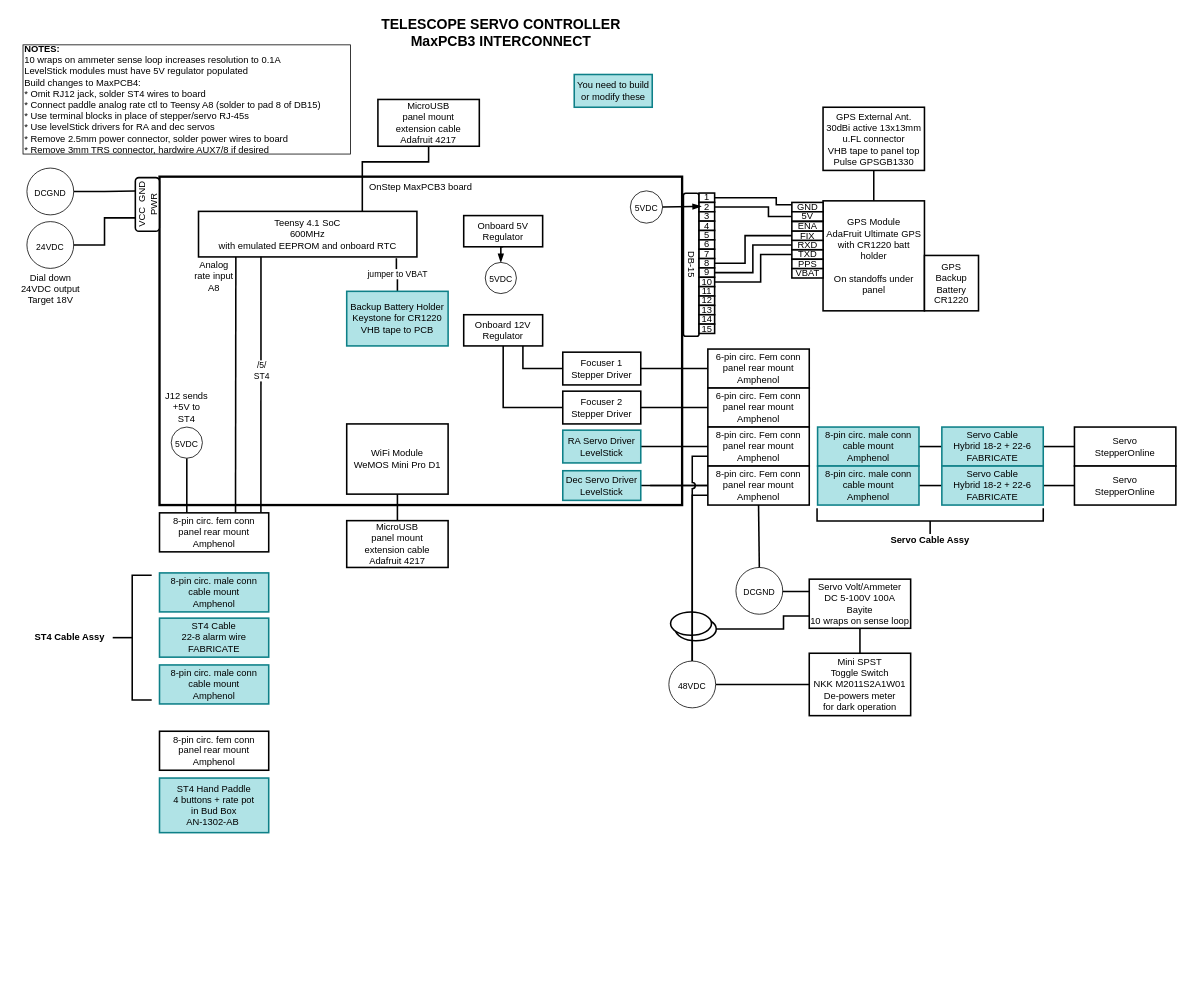
The draw.io diagram servo_controller/design_docs/servobox_maxpcb3_block.drawio in dbcook/cave-servo, before the edit. Source tidied: cells renumbered, new cells numbered last; positions are measured from the earlier drawing's top-left corner, leaving out a move shared by most shapes. Both pictures are drawn from the tidied source at 78%, with x=0, y=0 at pixel (12, 21).
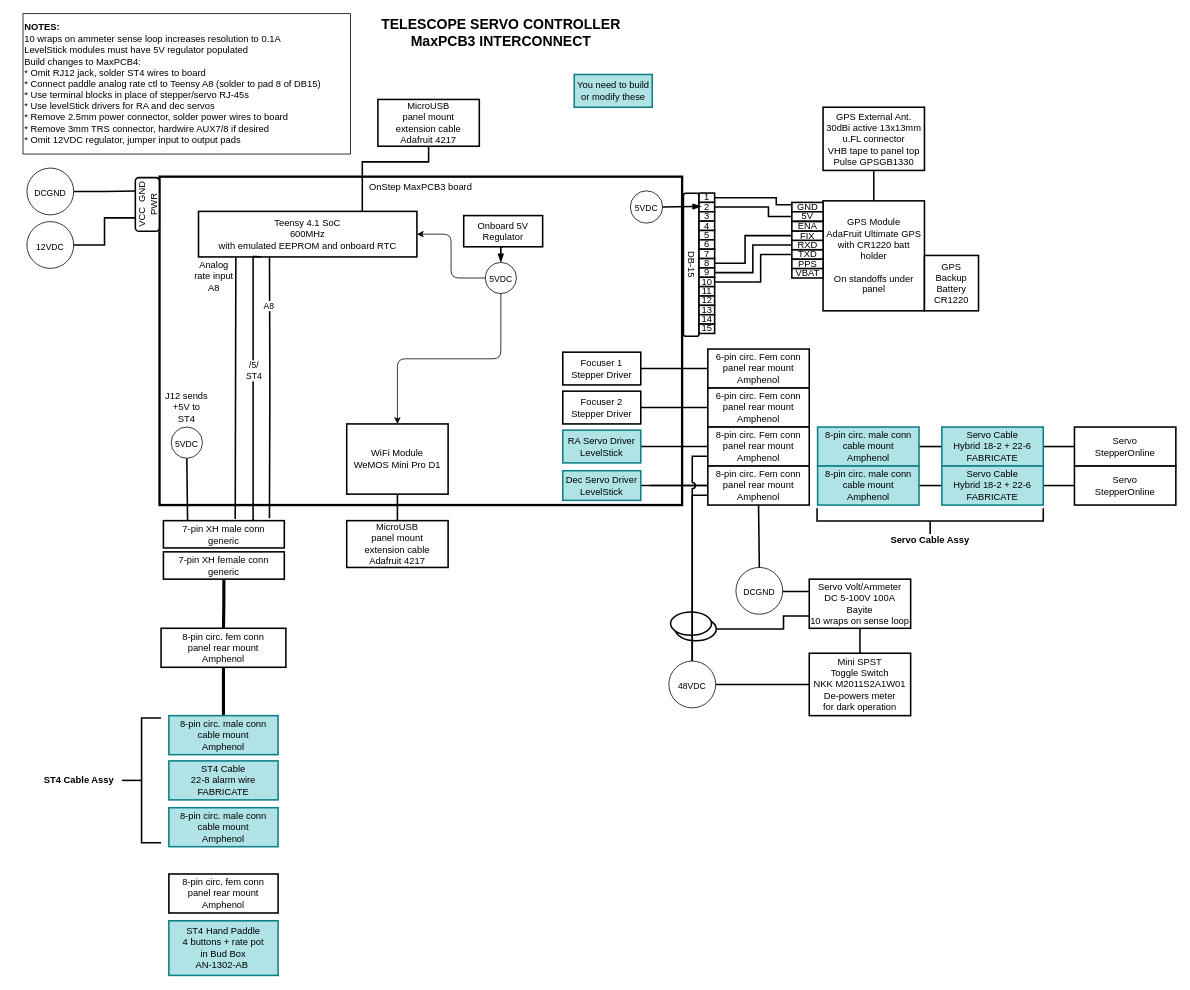
Above is the later version.

Commit message:
update block diagram

Unchanged cells that the change refers to:
```xml
<mxCell id="17" value="WiFi Module&lt;br style=&quot;border-color: var(--border-color);&quot;&gt;WeMOS Mini Pro D1" style="rounded=0;whiteSpace=wrap;html=1;strokeWidth=2;rotation=0;" parent="1" vertex="1">
  <mxGeometry x="428" y="516" width="130" height="90" as="geometry" />
</mxCell>
<mxCell id="50" value="Teensy 4.1 SoC&lt;br&gt;600MHz&lt;br&gt;with emulated EEPROM and onboard RTC" style="rounded=0;whiteSpace=wrap;html=1;strokeWidth=2;rotation=0;" parent="1" vertex="1">
  <mxGeometry x="238" y="243.5" width="280" height="58.4" as="geometry" />
</mxCell>
<mxCell id="59" value="Focuser 1&lt;br&gt;Stepper Driver" style="rounded=0;whiteSpace=wrap;html=1;strokeWidth=2;rotation=0;" parent="1" vertex="1">
  <mxGeometry x="705" y="424" width="100" height="42" as="geometry" />
</mxCell>
<mxCell id="73" value="Focuser 2&lt;br&gt;Stepper Driver" style="rounded=0;whiteSpace=wrap;html=1;strokeWidth=2;rotation=0;" parent="1" vertex="1">
  <mxGeometry x="705" y="474" width="100" height="42" as="geometry" />
</mxCell>
<mxCell id="76" value="&lt;font style=&quot;font-size: 11px;&quot;&gt;5VDC&lt;/font&gt;" style="ellipse;whiteSpace=wrap;html=1;fontFamily=Helvetica;fontSize=18;fontColor=default;" parent="1" vertex="1">
  <mxGeometry x="605.6" y="308.9" width="40" height="40" as="geometry" />
</mxCell>
<mxCell id="81" value="&lt;font style=&quot;font-size: 11px;&quot;&gt;5VDC&lt;/font&gt;" style="ellipse;whiteSpace=wrap;html=1;fontFamily=Helvetica;fontSize=18;fontColor=default;" parent="1" vertex="1">
  <mxGeometry x="203" y="520" width="40" height="40" as="geometry" />
</mxCell>
```

The edit, as a diff of the source:
```diff
@@
-    <mxCell id="7" value="&lt;font style=&quot;font-size: 11px;&quot;&gt;24VDC&lt;/font&gt;" style="ellipse;whiteSpace=wrap;html=1;fontFamily=Helvetica;fontSize=18;fontColor=default;" parent="1" vertex="1">
+    <mxCell id="7" value="&lt;font style=&quot;font-size: 11px;&quot;&gt;12VDC&lt;/font&gt;" style="ellipse;whiteSpace=wrap;html=1;fontFamily=Helvetica;fontSize=18;fontColor=default;" parent="1" vertex="1">
       <mxGeometry x="18" y="256.6" width="60" height="60" as="geometry" />
     </mxCell>
@@
-    <mxCell id="9" value="&lt;b&gt;NOTES:&lt;/b&gt;&lt;br&gt;10 wraps on ammeter sense loop increases resolution to 0.1A&lt;br&gt;LevelStick modules must have 5V regulator populated&lt;br&gt;Build changes to MaxPCB4:&lt;br&gt;* Omit RJ12 jack, solder ST4 wires to board&lt;br&gt;* Connect paddle analog rate ctl to Teensy A8 (solder to pad 8 of DB15)&lt;br&gt;* Use terminal blocks in place of stepper/servo RJ-45s&lt;br&gt;* Use levelStick drivers for RA and dec servos&lt;br&gt;* Remove 2.5mm power connector, solder power wires to board&lt;br&gt;* Remove 3mm TRS connector, hardwire AUX7/8 if desired" style="text;html=1;strokeColor=default;fillColor=none;align=left;verticalAlign=middle;whiteSpace=wrap;rounded=0;perimeterSpacing=1;" parent="1" vertex="1">
-      <mxGeometry x="13" y="30" width="420" height="140" as="geometry" />
+    <mxCell id="9" value="&lt;b&gt;NOTES:&lt;/b&gt;&lt;br&gt;10 wraps on ammeter sense loop increases resolution to 0.1A&lt;br&gt;LevelStick modules must have 5V regulator populated&lt;br&gt;Build changes to MaxPCB4:&lt;br&gt;* Omit RJ12 jack, solder ST4 wires to board&lt;br&gt;* Connect paddle analog rate ctl to Teensy A8 (solder to pad 8 of DB15)&lt;br&gt;* Use terminal blocks in place of stepper/servo RJ-45s&lt;br&gt;* Use levelStick drivers for RA and dec servos&lt;br&gt;* Remove 2.5mm power connector, solder power wires to board&lt;br&gt;* Remove 3mm TRS connector, hardwire AUX7/8 if desired&lt;br&gt;* Omit 12VDC regulator, jumper input to output pads" style="text;html=1;strokeColor=default;fillColor=none;align=left;verticalAlign=middle;whiteSpace=wrap;rounded=0;perimeterSpacing=1;" parent="1" vertex="1">
+      <mxGeometry x="13" y="-10" width="420" height="180" as="geometry" />
     </mxCell>
@@
     <mxCell id="12" value="ST4 Hand Paddle&lt;br&gt;4 buttons + rate pot&lt;br&gt;in Bud Box&lt;br&gt;AN-1302-AB&amp;nbsp;" style="rounded=0;whiteSpace=wrap;html=1;strokeWidth=2;rotation=0;fillColor=#b0e3e6;strokeColor=#0e8088;" parent="1" vertex="1">
-      <mxGeometry x="188" y="970" width="140" height="70" as="geometry" />
+      <mxGeometry x="200" y="1153" width="140" height="70" as="geometry" />
     </mxCell>
+    <mxCell id="114" style="edgeStyle=orthogonalEdgeStyle;html=1;exitX=0.5;exitY=1;exitDx=0;exitDy=0;entryX=0.5;entryY=0;entryDx=0;entryDy=0;strokeWidth=4;endArrow=none;endFill=0;" parent="1" edge="1" source="13" target="14">
+      <mxGeometry relative="1" as="geometry" />
+    </mxCell>
     <mxCell id="13" value="8-pin circ. fem conn&lt;br&gt;panel rear mount&lt;br&gt;Amphenol" style="rounded=0;whiteSpace=wrap;html=1;strokeWidth=2;rotation=0;" parent="1" vertex="1">
-      <mxGeometry x="188" y="630" width="140" height="50" as="geometry" />
+      <mxGeometry x="190" y="778" width="160" height="50" as="geometry" />
     </mxCell>
     <mxCell id="14" value="8-pin circ. male conn&lt;br&gt;cable mount&lt;br&gt;Amphenol" style="rounded=0;whiteSpace=wrap;html=1;strokeWidth=2;rotation=0;fillColor=#b0e3e6;strokeColor=#0e8088;" parent="1" vertex="1">
-      <mxGeometry x="188" y="707" width="140" height="50" as="geometry" />
+      <mxGeometry x="200" y="890" width="140" height="50" as="geometry" />
     </mxCell>
@@
+    <mxCell id="115" style="edgeStyle=orthogonalEdgeStyle;html=1;entryX=0.877;entryY=-0.086;entryDx=0;entryDy=0;entryPerimeter=0;endArrow=none;endFill=0;strokeWidth=2;" parent="1" edge="1" target="119">
+      <mxGeometry relative="1" as="geometry">
+        <mxPoint x="329" y="300" as="sourcePoint" />
+      </mxGeometry>
+    </mxCell>
+    <mxCell id="116" value="A8" style="edgeLabel;html=1;align=center;verticalAlign=middle;" parent="115" vertex="1">
+      <mxGeometry x="0.14" relative="1" as="geometry">
+        <mxPoint x="-1" y="-127" as="offset" />
+      </mxGeometry>
+    </mxCell>
@@
-    <mxCell id="51" value="jumper to VBAT" style="edgeStyle=orthogonalEdgeStyle;rounded=0;jumpStyle=arc;jettySize=auto;html=1;exitX=0.5;exitY=0;exitDx=0;exitDy=0;entryX=0.906;entryY=1.029;entryDx=0;entryDy=0;strokeWidth=2;endArrow=none;endFill=0;entryPerimeter=0;" parent="1" edge="1" source="52" target="50">
-      <mxGeometry relative="1" as="geometry" />
-    </mxCell>
-    <mxCell id="52" value="Backup Battery Holder&lt;br&gt;Keystone for CR1220&lt;br&gt;VHB tape to PCB" style="rounded=0;whiteSpace=wrap;html=1;strokeWidth=2;rotation=0;fillColor=#b0e3e6;strokeColor=#0e8088;" parent="1" vertex="1">
-      <mxGeometry x="428" y="346" width="130" height="70" as="geometry" />
-    </mxCell>
@@
     <mxCell id="64" value="8-pin circ. fem conn&lt;br&gt;panel rear mount&lt;br&gt;Amphenol" style="rounded=0;whiteSpace=wrap;html=1;strokeWidth=2;rotation=0;" parent="1" vertex="1">
-      <mxGeometry x="188" y="910" width="140" height="50" as="geometry" />
+      <mxGeometry x="200" y="1093" width="140" height="50" as="geometry" />
     </mxCell>
     <mxCell id="65" value="8-pin circ. male conn&lt;br&gt;cable mount&lt;br&gt;Amphenol" style="rounded=0;whiteSpace=wrap;html=1;strokeWidth=2;rotation=0;fillColor=#b0e3e6;strokeColor=#0e8088;" parent="1" vertex="1">
-      <mxGeometry x="188" y="825" width="140" height="50" as="geometry" />
+      <mxGeometry x="200" y="1008" width="140" height="50" as="geometry" />
     </mxCell>
@@
+    <mxCell id="117" style="edgeStyle=orthogonalEdgeStyle;html=1;exitX=0;exitY=0.5;exitDx=0;exitDy=0;entryX=1;entryY=0.5;entryDx=0;entryDy=0;" parent="1" edge="1" source="76" target="50">
+      <mxGeometry relative="1" as="geometry" />
+    </mxCell>
+    <mxCell id="118" style="edgeStyle=orthogonalEdgeStyle;html=1;exitX=0.5;exitY=1;exitDx=0;exitDy=0;entryX=0.5;entryY=0;entryDx=0;entryDy=0;" parent="1" edge="1" source="76" target="17">
+      <mxGeometry relative="1" as="geometry" />
+    </mxCell>
@@
-    <mxCell id="80" style="edgeStyle=orthogonalEdgeStyle;rounded=0;jumpStyle=arc;jettySize=auto;html=1;exitX=0.5;exitY=1;exitDx=0;exitDy=0;entryX=0.25;entryY=0;entryDx=0;entryDy=0;strokeWidth=2;endArrow=none;endFill=0;" parent="1" edge="1" source="81" target="13">
+    <mxCell id="80" style="edgeStyle=orthogonalEdgeStyle;rounded=0;jumpStyle=arc;jettySize=auto;html=1;exitX=0.5;exitY=1;exitDx=0;exitDy=0;strokeWidth=2;endArrow=none;endFill=0;entryX=0.2;entryY=0.029;entryDx=0;entryDy=0;entryPerimeter=0;" parent="1" edge="1" source="81" target="119">
       <mxGeometry relative="1" as="geometry" />
     </mxCell>
@@
-    <mxCell id="82" style="endArrow=none;html=1;rounded=0;strokeWidth=2;jumpStyle=arc;edgeStyle=orthogonalEdgeStyle;exitX=0.696;exitY=-0.003;exitDx=0;exitDy=0;exitPerimeter=0;entryX=0.171;entryY=1;entryDx=0;entryDy=0;entryPerimeter=0;" parent="1" edge="1" source="13" target="50">
+    <mxCell id="82" style="endArrow=none;html=1;rounded=0;strokeWidth=2;jumpStyle=arc;edgeStyle=orthogonalEdgeStyle;entryX=0.171;entryY=1;entryDx=0;entryDy=0;entryPerimeter=0;exitX=0.594;exitY=-0.057;exitDx=0;exitDy=0;exitPerimeter=0;" parent="1" edge="1" source="119" target="50">
       <mxGeometry relative="1" as="geometry" />
     </mxCell>
@@
-    <mxCell id="84" style="endArrow=none;html=1;rounded=0;strokeWidth=2;jumpStyle=arc;edgeStyle=orthogonalEdgeStyle;entryX=0.286;entryY=0.994;entryDx=0;entryDy=0;entryPerimeter=0;" parent="1" edge="1" target="50">
+    <mxCell id="84" style="endArrow=none;html=1;rounded=0;strokeWidth=2;jumpStyle=arc;edgeStyle=orthogonalEdgeStyle;entryX=0.286;entryY=0.994;entryDx=0;entryDy=0;entryPerimeter=0;exitX=0.75;exitY=0;exitDx=0;exitDy=0;" parent="1" edge="1" source="119" target="50">
       <mxGeometry relative="1" as="geometry">
-        <mxPoint x="318" y="630" as="sourcePoint" />
+        <Array as="points">
+          <mxPoint x="309" y="639" />
+          <mxPoint x="308" y="639" />
+          <mxPoint x="308" y="302" />
+        </Array>
       </mxGeometry>
     </mxCell>
@@
-    <mxCell id="91" style="edgeStyle=orthogonalEdgeStyle;rounded=0;jumpStyle=arc;jettySize=auto;html=1;exitX=0.75;exitY=1;exitDx=0;exitDy=0;entryX=0;entryY=0.5;entryDx=0;entryDy=0;strokeWidth=2;endArrow=none;endFill=0;" parent="1" edge="1" source="93" target="59">
-      <mxGeometry relative="1" as="geometry" />
-    </mxCell>
-    <mxCell id="92" style="edgeStyle=orthogonalEdgeStyle;rounded=0;jumpStyle=arc;jettySize=auto;html=1;exitX=0.5;exitY=1;exitDx=0;exitDy=0;entryX=0;entryY=0.5;entryDx=0;entryDy=0;strokeWidth=2;endArrow=none;endFill=0;" parent="1" edge="1" source="93" target="73">
-      <mxGeometry relative="1" as="geometry" />
-    </mxCell>
-    <mxCell id="93" value="Onboard 12V&lt;br&gt;Regulator" style="rounded=0;whiteSpace=wrap;html=1;strokeWidth=2;rotation=0;" parent="1" vertex="1">
-      <mxGeometry x="578" y="376" width="101.2" height="40" as="geometry" />
-    </mxCell>
@@
     <mxCell id="104" value="ST4 Cable&lt;br&gt;22-8 alarm wire&lt;br&gt;FABRICATE" style="rounded=0;whiteSpace=wrap;html=1;strokeWidth=2;rotation=0;fillColor=#b0e3e6;strokeColor=#0e8088;" parent="1" vertex="1">
-      <mxGeometry x="188" y="765" width="140" height="50" as="geometry" />
+      <mxGeometry x="200" y="948" width="140" height="50" as="geometry" />
     </mxCell>
     <mxCell id="105" style="strokeWidth=2;html=1;shape=mxgraph.flowchart.annotation_2;align=left;labelPosition=right;" parent="1" vertex="1">
-      <mxGeometry x="128" y="710" width="50" height="160" as="geometry" />
+      <mxGeometry x="140" y="893" width="50" height="160" as="geometry" />
     </mxCell>
@@
     <mxCell id="108" value="ST4 Cable Assy" style="text;html=1;strokeColor=none;fillColor=none;align=center;verticalAlign=middle;whiteSpace=wrap;rounded=0;fontStyle=1;" parent="1" vertex="1">
-      <mxGeometry x="13" y="775" width="120" height="30" as="geometry" />
+      <mxGeometry x="25" y="958" width="120" height="30" as="geometry" />
     </mxCell>
@@
-    <mxCell id="113" value="Dial down 24VDC output&lt;br&gt;Target 18V" style="text;html=1;strokeColor=none;fillColor=none;align=center;verticalAlign=middle;whiteSpace=wrap;rounded=0;" parent="1" vertex="1">
-      <mxGeometry x="0.5" y="316.6" width="95" height="52" as="geometry" />
-    </mxCell>
+    <mxCell id="119" value="7-pin XH male conn&lt;br&gt;generic" style="rounded=0;whiteSpace=wrap;html=1;strokeWidth=2;rotation=0;" parent="1" vertex="1">
+      <mxGeometry x="193" y="640" width="155" height="35" as="geometry" />
+    </mxCell>
+    <mxCell id="120" style="edgeStyle=orthogonalEdgeStyle;html=1;exitX=0.5;exitY=1;exitDx=0;exitDy=0;entryX=0.5;entryY=0;entryDx=0;entryDy=0;strokeWidth=4;endArrow=none;endFill=0;" parent="1" edge="1" source="121" target="13">
+      <mxGeometry relative="1" as="geometry" />
+    </mxCell>
+    <mxCell id="121" value="7-pin XH female conn&lt;br&gt;generic" style="rounded=0;whiteSpace=wrap;html=1;strokeWidth=2;rotation=0;" parent="1" vertex="1">
+      <mxGeometry x="193" y="680" width="155" height="35" as="geometry" />
+    </mxCell>
```
